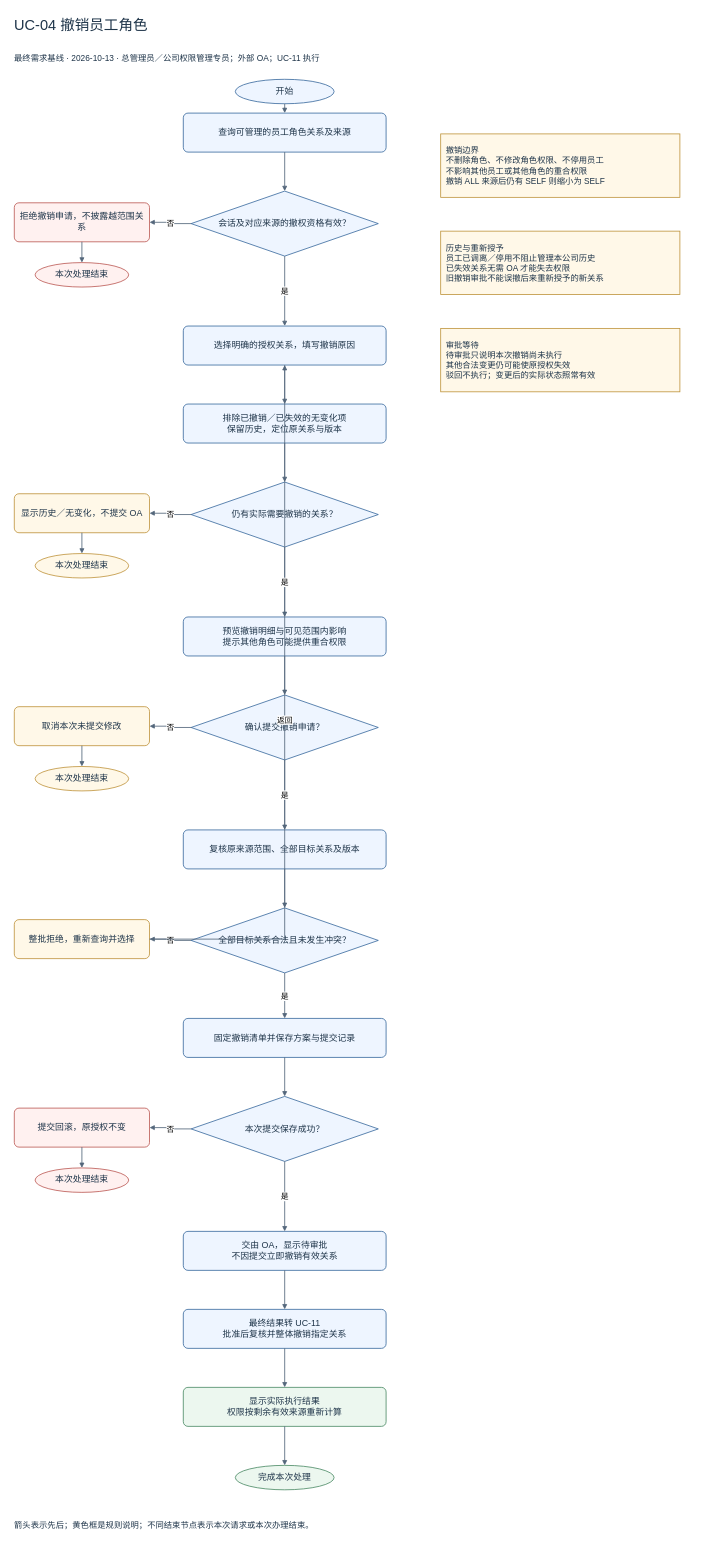
The draw.io diagram docs/按用例分类/UC-04_撤销员工角色/UC-04_撤销员工角色_流程图.drawio in Noah-hope/RBAC-admin, before the edit. Source tidied: cells renumbered, new cells numbered last; positions are measured from the earlier drawing's top-left corner, leaving out a move shared by most shapes. Both pictures are drawn from the tidied source at 52%, with x=0, y=0 at pixel (9, 9).
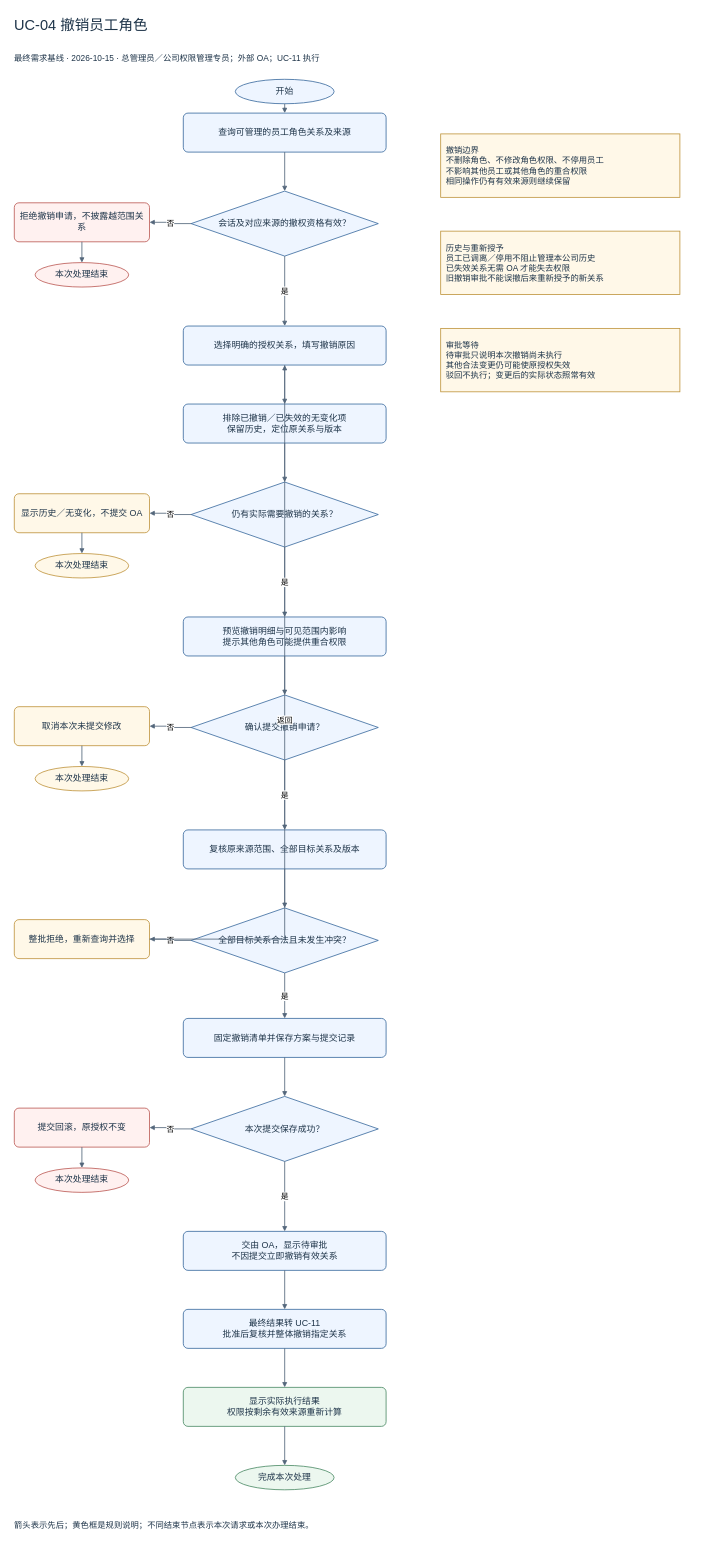
The same page after the edit.

Diff of the diagram source:
```diff
@@
-    <mxCell id="3" value="最终需求基线 · 2026-10-13 · 总管理员／公司权限管理专员；外部 OA；UC-11 执行" style="text;html=1;whiteSpace=wrap;fontFamily=Microsoft YaHei;fontSize=17;fontColor=#1e3449;align=center;verticalAlign=middle;spacing=10;fillColor=#eef5ff;strokeColor=#32649a;strokeWidth=1.5;fillColor=none;strokeColor=none;align=left;fontSize=16;" parent="1" vertex="1">
+    <mxCell id="3" value="最终需求基线 · 2026-10-15 · 总管理员／公司权限管理专员；外部 OA；UC-11 执行" style="text;html=1;whiteSpace=wrap;fontFamily=Microsoft YaHei;fontSize=17;fontColor=#1e3449;align=center;verticalAlign=middle;spacing=10;fillColor=#eef5ff;strokeColor=#32649a;strokeWidth=1.5;fillColor=none;strokeColor=none;align=left;fontSize=16;" parent="1" vertex="1">
       <mxGeometry y="70" width="1320" height="50" as="geometry" />
     </mxCell>
@@
-    <mxCell id="29" value="撤销边界&lt;br&gt;不删除角色、不修改角色权限、不停用员工&lt;br&gt;不影响其他员工或其他角色的重合权限&lt;br&gt;撤销 ALL 来源后仍有 SELF 则缩小为 SELF" style="rounded=0;html=1;whiteSpace=wrap;fontFamily=Microsoft YaHei;fontSize=17;fontColor=#1e3449;align=center;verticalAlign=middle;spacing=10;fillColor=#fff8e8;strokeColor=#bc9036;strokeWidth=1.5;align=left;fontSize=16;" parent="1" vertex="1">
+    <mxCell id="29" value="撤销边界&lt;br&gt;不删除角色、不修改角色权限、不停用员工&lt;br&gt;不影响其他员工或其他角色的重合权限&lt;br&gt;相同操作仍有有效来源则继续保留" style="rounded=0;html=1;whiteSpace=wrap;fontFamily=Microsoft YaHei;fontSize=17;fontColor=#1e3449;align=center;verticalAlign=middle;spacing=10;fillColor=#fff8e8;strokeColor=#bc9036;strokeWidth=1.5;align=left;fontSize=16;" parent="1" vertex="1">
       <mxGeometry x="830" y="240" width="460" height="122" as="geometry" />
     </mxCell>
```
